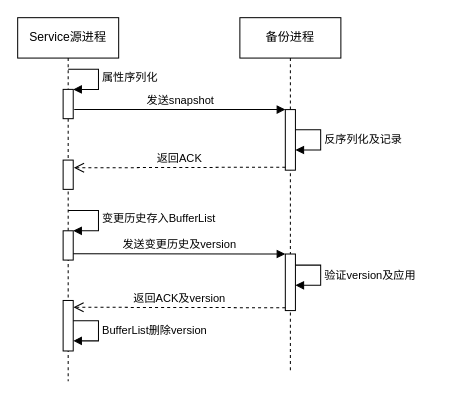
The draw.io diagram Untitled Diagram.drawio in bombshen/bombshen, before the edit. Source tidied: cells renumbered, new cells numbered last; positions are measured from the earlier drawing's top-left corner, leaving out a move shared by most shapes. Both pictures are drawn from the tidied source at 101%, with x=0, y=0 at pixel (17, 17).
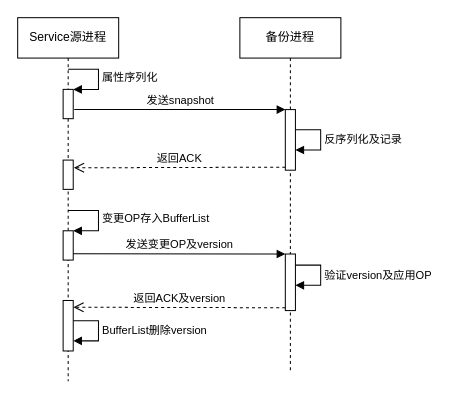
After the change.

The change refers to these unchanged cells:
```xml
<mxCell id="2" value="Service源进程" style="shape=umlLifeline;perimeter=lifelinePerimeter;whiteSpace=wrap;html=1;" parent="1" vertex="1">
  <mxGeometry width="100" height="360" as="geometry" />
</mxCell>
<mxCell id="6" style="html=1;points=[];perimeter=orthogonalPerimeter;" parent="2" vertex="1">
  <mxGeometry x="45" y="211" width="10" height="29" as="geometry" />
</mxCell>
<mxCell id="11" style="html=1;points=[];perimeter=orthogonalPerimeter;" parent="9" vertex="1">
  <mxGeometry x="45" y="234" width="10" height="56" as="geometry" />
</mxCell>
```

What changed in the source:
```diff
@@
-    <mxCell id="7" value="变更历史存入BufferList" style="edgeStyle=orthogonalEdgeStyle;html=1;align=left;spacingLeft=2;endArrow=block;rounded=0;entryX=1;entryY=0;" parent="2" edge="1" target="6">
+    <mxCell id="7" value="变更OP存入BufferList" style="edgeStyle=orthogonalEdgeStyle;html=1;align=left;spacingLeft=2;endArrow=block;rounded=0;entryX=1;entryY=0;" parent="2" edge="1" target="6">
       <mxGeometry relative="1" as="geometry">
         <mxPoint x="50" y="191" as="sourcePoint" />
         <Array as="points">
           <mxPoint x="80" y="191" />
         </Array>
       </mxGeometry>
     </mxCell>
@@
-    <mxCell id="15" value="发送变更历史及version" style="html=1;verticalAlign=bottom;endArrow=block;entryX=0;entryY=0;exitX=1;exitY=0.782;exitDx=0;exitDy=0;exitPerimeter=0;" parent="1" edge="1" source="6" target="11">
+    <mxCell id="15" value="发送变更OP及version" style="html=1;verticalAlign=bottom;endArrow=block;entryX=0;entryY=0;exitX=1;exitY=0.782;exitDx=0;exitDy=0;exitPerimeter=0;" parent="1" edge="1" source="6" target="11">
       <mxGeometry relative="1" as="geometry" />
     </mxCell>
-    <mxCell id="16" value="验证version及应用" style="edgeStyle=orthogonalEdgeStyle;html=1;align=left;spacingLeft=2;endArrow=block;rounded=0;entryX=1;entryY=0;" parent="1" edge="1">
+    <mxCell id="16" value="验证version及应用OP" style="edgeStyle=orthogonalEdgeStyle;html=1;align=left;spacingLeft=2;endArrow=block;rounded=0;entryX=1;entryY=0;" parent="1" edge="1">
       <mxGeometry relative="1" as="geometry">
         <mxPoint x="275" y="245" as="sourcePoint" />
         <mxPoint x="275" y="265" as="targetPoint" />
         <Array as="points">
           <mxPoint x="300" y="245" />
         </Array>
       </mxGeometry>
     </mxCell>
```
